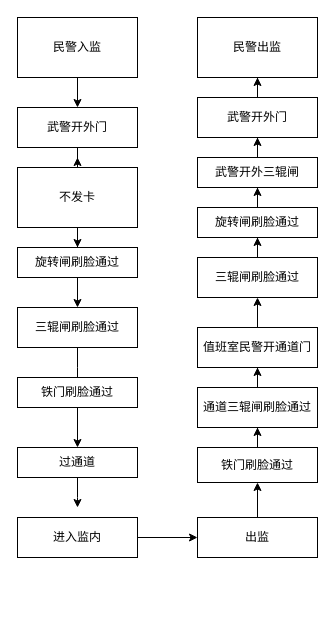
Earlier version of the draw.io diagram Untitled Diagram.drawio (Qian119lsj/repo). Source tidied: cells renumbered, new cells numbered last; positions are measured from the earlier drawing's top-left corner, leaving out a move shared by most shapes. Both pictures are drawn from the tidied source at 100%, with x=0, y=0 at pixel (17, 17).
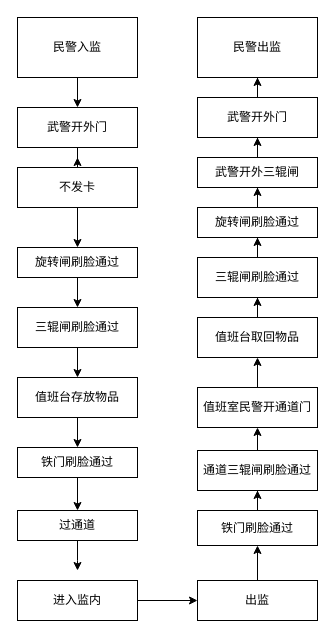
The same diagram, later.

The change refers to these unchanged cells:
```xml
<mxCell id="8" value="三辊闸刷脸通过" style="whiteSpace=wrap;html=1;" parent="1" vertex="1">
  <mxGeometry y="290" width="120" height="40" as="geometry" />
</mxCell>
<mxCell id="27" value="三辊闸刷脸通过" style="whiteSpace=wrap;html=1;" parent="1" vertex="1">
  <mxGeometry x="180" y="240" width="120" height="40" as="geometry" />
</mxCell>
```

What changed in the source:
```diff
@@
     <mxCell id="5" value="不发卡" style="rounded=0;whiteSpace=wrap;html=1;" parent="1" vertex="1">
-      <mxGeometry y="150" width="120" height="60" as="geometry" />
+      <mxGeometry y="150" width="120" height="40" as="geometry" />
     </mxCell>
-    <mxCell id="6" style="edgeStyle=orthogonalEdgeStyle;rounded=0;jettySize=auto;html=1;" parent="1" edge="1" source="8">
-      <mxGeometry relative="1" as="geometry">
-        <mxPoint x="60" y="370" as="targetPoint" />
-      </mxGeometry>
-    </mxCell>
@@
+    <mxCell id="35" style="edgeStyle=orthogonalEdgeStyle;rounded=0;jettySize=auto;html=1;" parent="1" edge="1" source="8" target="38">
+      <mxGeometry relative="1" as="geometry" />
+    </mxCell>
@@
-    <mxCell id="10" style="edgeStyle=orthogonalEdgeStyle;rounded=0;jettySize=auto;html=1;entryX=0.5;entryY=0;entryDx=0;entryDy=0;" parent="1" edge="1" source="11" target="19">
+    <mxCell id="10" style="edgeStyle=orthogonalEdgeStyle;rounded=0;jettySize=auto;html=1;" parent="1" edge="1" source="11" target="19">
       <mxGeometry relative="1" as="geometry" />
     </mxCell>
     <mxCell id="11" value="铁门刷脸通过" style="whiteSpace=wrap;html=1;" parent="1" vertex="1">
-      <mxGeometry y="360" width="120" height="30" as="geometry" />
+      <mxGeometry y="430" width="120" height="30" as="geometry" />
     </mxCell>
@@
     <mxCell id="13" value="进入监内" style="whiteSpace=wrap;html=1;" parent="1" vertex="1">
-      <mxGeometry y="500" width="120" height="40" as="geometry" />
+      <mxGeometry y="563" width="120" height="40" as="geometry" />
     </mxCell>
@@
     <mxCell id="15" value="出监" style="whiteSpace=wrap;html=1;" parent="1" vertex="1">
-      <mxGeometry x="180" y="500" width="120" height="40" as="geometry" />
+      <mxGeometry x="180" y="563" width="120" height="40" as="geometry" />
     </mxCell>
@@
     <mxCell id="17" value="铁门刷脸通过" style="whiteSpace=wrap;html=1;" parent="1" vertex="1">
-      <mxGeometry x="180" y="430" width="120" height="35" as="geometry" />
+      <mxGeometry x="180" y="493" width="120" height="35" as="geometry" />
     </mxCell>
     <mxCell id="18" style="edgeStyle=orthogonalEdgeStyle;rounded=0;jettySize=auto;html=1;" parent="1" edge="1" source="19">
       <mxGeometry relative="1" as="geometry">
-        <mxPoint x="60" y="490" as="targetPoint" />
+        <mxPoint x="60" y="553" as="targetPoint" />
       </mxGeometry>
     </mxCell>
     <mxCell id="19" value="过通道" style="whiteSpace=wrap;html=1;" parent="1" vertex="1">
-      <mxGeometry y="430" width="120" height="30" as="geometry" />
+      <mxGeometry y="493" width="120" height="30" as="geometry" />
     </mxCell>
-    <mxCell id="20" style="edgeStyle=orthogonalEdgeStyle;rounded=0;jettySize=auto;html=1;" parent="1" edge="1" source="21" target="23">
+    <mxCell id="20" style="edgeStyle=orthogonalEdgeStyle;rounded=0;jettySize=auto;html=1;entryX=0.5;entryY=1;entryDx=0;entryDy=0;" parent="1" edge="1" source="21" target="23">
       <mxGeometry relative="1" as="geometry" />
     </mxCell>
     <mxCell id="21" value="通道三辊闸刷脸通过" style="whiteSpace=wrap;html=1;" parent="1" vertex="1">
-      <mxGeometry x="180" y="370" width="120" height="40" as="geometry" />
+      <mxGeometry x="180" y="433" width="120" height="40" as="geometry" />
     </mxCell>
-    <mxCell id="22" style="edgeStyle=orthogonalEdgeStyle;rounded=0;jettySize=auto;html=1;" parent="1" edge="1" source="23" target="27">
-      <mxGeometry relative="1" as="geometry" />
-    </mxCell>
+    <mxCell id="36" style="edgeStyle=orthogonalEdgeStyle;rounded=0;jettySize=auto;html=1;entryX=0.5;entryY=1;entryDx=0;entryDy=0;" parent="1" edge="1" source="23" target="40">
+      <mxGeometry relative="1" as="geometry" />
+    </mxCell>
     <mxCell id="23" value="值班室民警开通道门" style="whiteSpace=wrap;html=1;" parent="1" vertex="1">
-      <mxGeometry x="180" y="310" width="120" height="40" as="geometry" />
+      <mxGeometry x="180" y="370" width="120" height="40" as="geometry" />
     </mxCell>
@@
+    <mxCell id="37" style="edgeStyle=orthogonalEdgeStyle;rounded=0;jettySize=auto;html=1;entryX=0.5;entryY=0;entryDx=0;entryDy=0;" parent="1" edge="1" source="38" target="11">
+      <mxGeometry relative="1" as="geometry" />
+    </mxCell>
+    <mxCell id="38" value="值班台存放物品" style="whiteSpace=wrap;html=1;" parent="1" vertex="1">
+      <mxGeometry y="360" width="120" height="40" as="geometry" />
+    </mxCell>
+    <mxCell id="39" style="edgeStyle=orthogonalEdgeStyle;rounded=0;jettySize=auto;html=1;entryX=0.5;entryY=1;entryDx=0;entryDy=0;" parent="1" edge="1" source="40" target="27">
+      <mxGeometry relative="1" as="geometry" />
+    </mxCell>
+    <mxCell id="40" value="值班台取回物品" style="whiteSpace=wrap;html=1;" parent="1" vertex="1">
+      <mxGeometry x="180" y="300" width="120" height="40" as="geometry" />
+    </mxCell>
```
